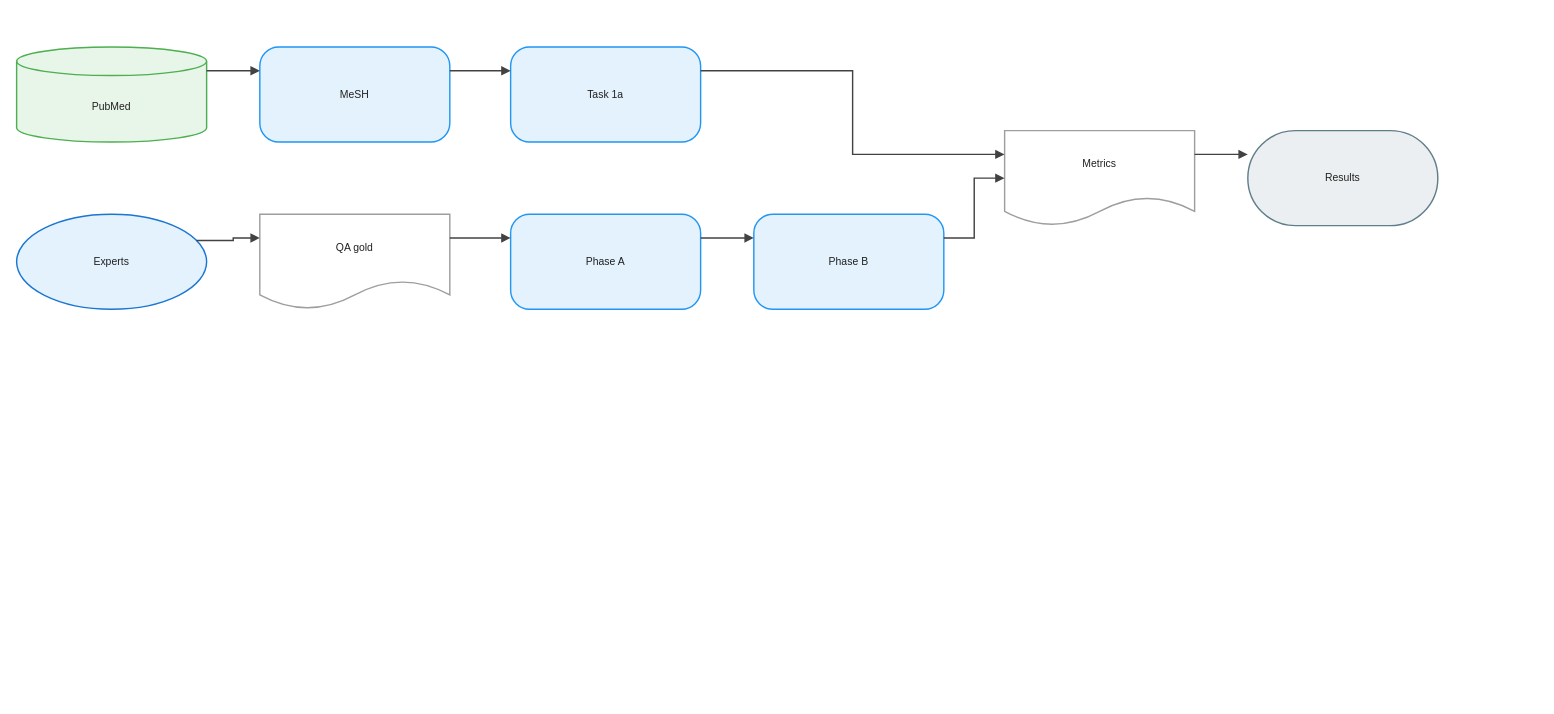
This is client/public/drawio/BioASQ/BioASQ.en.drawio from joe1chief/benchmark-hub, a draw.io file, before an edit. Source tidied: cells renumbered, new cells numbered last; positions are measured from the earlier drawing's top-left corner, leaving out a move shared by most shapes. Both pictures are drawn from the tidied source at 95%, with x=0, y=0 at pixel (16, 47).
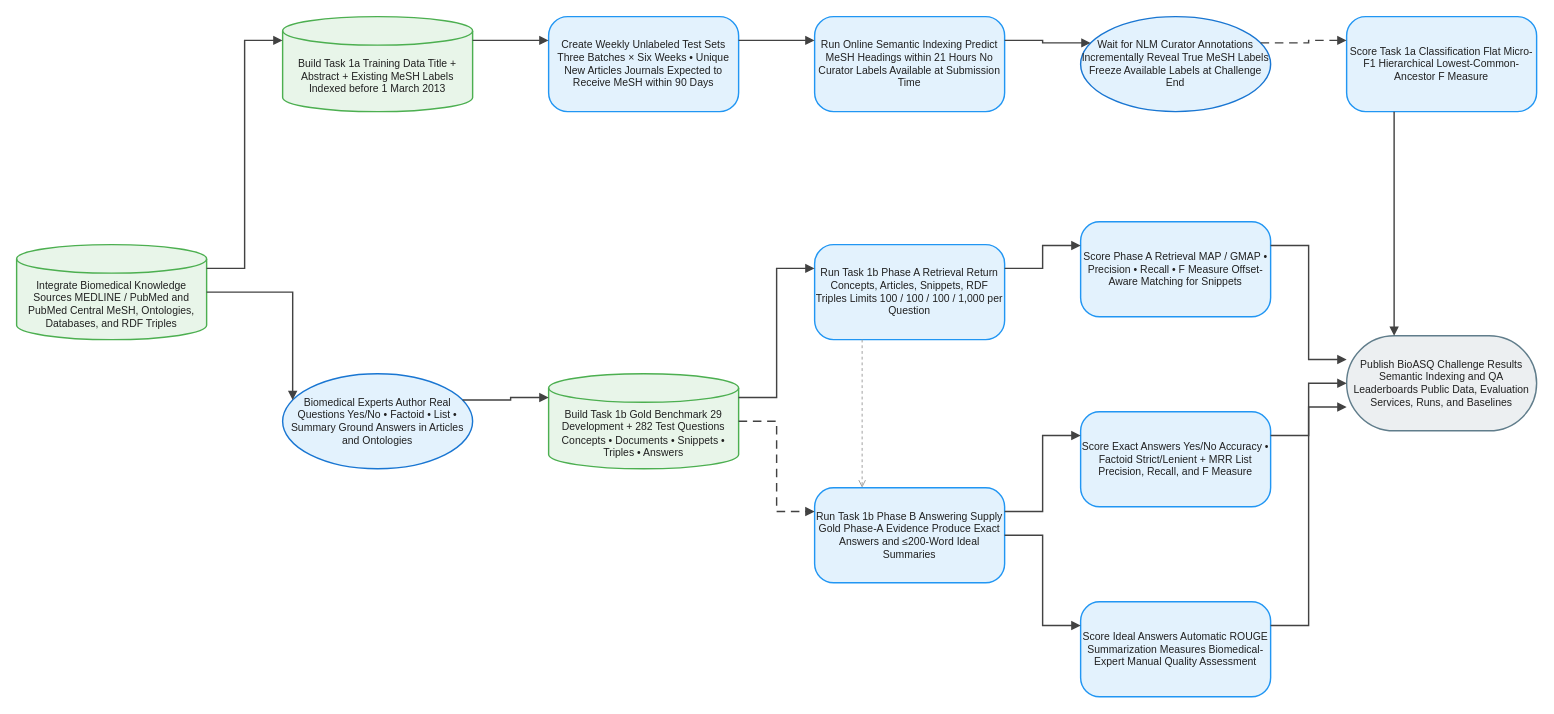
Above is the later version.

The edit, as a diff of the source:
```diff
@@
-    <mxCell id="2" value="PubMed" style="shape=cylinder3;boundedLbl=1;backgroundOutline=1;size=15;html=1;whiteSpace=wrap;fillColor=#E8F5E9;strokeColor=#4CAF50;strokeWidth=1.5;fontColor=#212121;fontSize=11;fontFamily=Arial, Helvetica, sans-serif;verticalAlign=middle;align=center;" parent="1" vertex="1">
-      <mxGeometry width="200" height="100" as="geometry" />
+    <mxCell id="2" value="Integrate Biomedical Knowledge Sources MEDLINE / PubMed and PubMed Central MeSH, Ontologies, Databases, and RDF Triples" style="shape=cylinder3;boundedLbl=1;backgroundOutline=1;size=15;html=1;whiteSpace=wrap;fillColor=#E8F5E9;strokeColor=#4CAF50;strokeWidth=1.5;fontColor=#212121;fontSize=11;fontFamily=Arial, Helvetica, sans-serif;verticalAlign=middle;align=center;" parent="1" vertex="1">
+      <mxGeometry y="208" width="200" height="100" as="geometry" />
     </mxCell>
-    <mxCell id="3" value="MeSH" style="rounded=1;arcSize=20;html=1;whiteSpace=wrap;fillColor=#E3F2FD;strokeColor=#2196F3;strokeWidth=1.5;fontColor=#212121;fontSize=11;fontFamily=Arial, Helvetica, sans-serif;verticalAlign=middle;align=center;" parent="1" vertex="1">
-      <mxGeometry x="256" width="200" height="100" as="geometry" />
+    <mxCell id="3" value="Build Task 1a Training Data Title + Abstract + Existing MeSH Labels Indexed before 1 March 2013" style="shape=cylinder3;boundedLbl=1;backgroundOutline=1;size=15;html=1;whiteSpace=wrap;fillColor=#E8F5E9;strokeColor=#4CAF50;strokeWidth=1.5;fontColor=#212121;fontSize=11;fontFamily=Arial, Helvetica, sans-serif;verticalAlign=middle;align=center;" parent="1" vertex="1">
+      <mxGeometry x="280" y="-32" width="200" height="100" as="geometry" />
     </mxCell>
-    <mxCell id="4" value="Task 1a" style="rounded=1;arcSize=20;html=1;whiteSpace=wrap;fillColor=#E3F2FD;strokeColor=#2196F3;strokeWidth=1.5;fontColor=#212121;fontSize=11;fontFamily=Arial, Helvetica, sans-serif;verticalAlign=middle;align=center;" parent="1" vertex="1">
-      <mxGeometry x="520" width="200" height="100" as="geometry" />
+    <mxCell id="4" value="Create Weekly Unlabeled Test Sets Three Batches × Six Weeks • Unique New Articles Journals Expected to Receive MeSH within 90 Days" style="rounded=1;arcSize=20;html=1;whiteSpace=wrap;fillColor=#E3F2FD;strokeColor=#2196F3;strokeWidth=1.5;fontColor=#212121;fontSize=11;fontFamily=Arial, Helvetica, sans-serif;verticalAlign=middle;align=center;" parent="1" vertex="1">
+      <mxGeometry x="560" y="-32" width="200" height="100" as="geometry" />
     </mxCell>
-    <mxCell id="5" value="Experts" style="ellipse;html=1;whiteSpace=wrap;fillColor=#E3F2FD;strokeColor=#1976D2;strokeWidth=1.5;fontColor=#212121;fontSize=11;fontFamily=Arial, Helvetica, sans-serif;verticalAlign=middle;align=center;" parent="1" vertex="1">
-      <mxGeometry y="176" width="200" height="100" as="geometry" />
+    <mxCell id="5" value="Run Online Semantic Indexing Predict MeSH Headings within 21 Hours No Curator Labels Available at Submission Time" style="rounded=1;arcSize=20;html=1;whiteSpace=wrap;fillColor=#E3F2FD;strokeColor=#2196F3;strokeWidth=1.5;fontColor=#212121;fontSize=11;fontFamily=Arial, Helvetica, sans-serif;verticalAlign=middle;align=center;" parent="1" vertex="1">
+      <mxGeometry x="840" y="-32" width="200" height="100" as="geometry" />
     </mxCell>
-    <mxCell id="6" value="QA gold" style="shape=document;boundedLbl=1;html=1;whiteSpace=wrap;fillColor=#FFFFFF;strokeColor=#9E9E9E;strokeWidth=1.5;fontColor=#212121;fontSize=11;fontFamily=Arial, Helvetica, sans-serif;verticalAlign=middle;align=center;" parent="1" vertex="1">
-      <mxGeometry x="256" y="176" width="200" height="100" as="geometry" />
+    <mxCell id="6" value="Wait for NLM Curator Annotations Incrementally Reveal True MeSH Labels Freeze Available Labels at Challenge End" style="ellipse;html=1;whiteSpace=wrap;fillColor=#E3F2FD;strokeColor=#1976D2;strokeWidth=1.5;fontColor=#212121;fontSize=11;fontFamily=Arial, Helvetica, sans-serif;verticalAlign=middle;align=center;" parent="1" vertex="1">
+      <mxGeometry x="1120" y="-32" width="200" height="100" as="geometry" />
     </mxCell>
-    <mxCell id="7" value="Phase A" style="rounded=1;arcSize=20;html=1;whiteSpace=wrap;fillColor=#E3F2FD;strokeColor=#2196F3;strokeWidth=1.5;fontColor=#212121;fontSize=11;fontFamily=Arial, Helvetica, sans-serif;verticalAlign=middle;align=center;" parent="1" vertex="1">
-      <mxGeometry x="520" y="176" width="200" height="100" as="geometry" />
+    <mxCell id="7" value="Score Task 1a Classification Flat Micro-F1 Hierarchical Lowest-Common-Ancestor F Measure" style="rounded=1;arcSize=20;html=1;whiteSpace=wrap;fillColor=#E3F2FD;strokeColor=#2196F3;strokeWidth=1.5;fontColor=#212121;fontSize=11;fontFamily=Arial, Helvetica, sans-serif;verticalAlign=middle;align=center;" parent="1" vertex="1">
+      <mxGeometry x="1400" y="-32" width="200" height="100" as="geometry" />
     </mxCell>
-    <mxCell id="8" value="Phase B" style="rounded=1;arcSize=20;html=1;whiteSpace=wrap;fillColor=#E3F2FD;strokeColor=#2196F3;strokeWidth=1.5;fontColor=#212121;fontSize=11;fontFamily=Arial, Helvetica, sans-serif;verticalAlign=middle;align=center;" parent="1" vertex="1">
-      <mxGeometry x="776" y="176" width="200" height="100" as="geometry" />
+    <mxCell id="8" value="Biomedical Experts Author Real Questions Yes/No • Factoid • List • Summary Ground Answers in Articles and Ontologies" style="ellipse;html=1;whiteSpace=wrap;fillColor=#E3F2FD;strokeColor=#1976D2;strokeWidth=1.5;fontColor=#212121;fontSize=11;fontFamily=Arial, Helvetica, sans-serif;verticalAlign=middle;align=center;" parent="1" vertex="1">
+      <mxGeometry x="280" y="344" width="200" height="100" as="geometry" />
     </mxCell>
-    <mxCell id="9" value="Metrics" style="shape=document;boundedLbl=1;html=1;whiteSpace=wrap;fillColor=#FFFFFF;strokeColor=#9E9E9E;strokeWidth=1.5;fontColor=#212121;fontSize=11;fontFamily=Arial, Helvetica, sans-serif;verticalAlign=middle;align=center;" parent="1" vertex="1">
-      <mxGeometry x="1040" y="88" width="200" height="100" as="geometry" />
+    <mxCell id="9" value="Build Task 1b Gold Benchmark 29 Development + 282 Test Questions Concepts • Documents • Snippets • Triples • Answers" style="shape=cylinder3;boundedLbl=1;backgroundOutline=1;size=15;html=1;whiteSpace=wrap;fillColor=#E8F5E9;strokeColor=#4CAF50;strokeWidth=1.5;fontColor=#212121;fontSize=11;fontFamily=Arial, Helvetica, sans-serif;verticalAlign=middle;align=center;" parent="1" vertex="1">
+      <mxGeometry x="560" y="344" width="200" height="100" as="geometry" />
     </mxCell>
-    <mxCell id="10" value="Results" style="rounded=1;arcSize=50;html=1;whiteSpace=wrap;fillColor=#ECEFF1;strokeColor=#607D8B;strokeWidth=1.5;fontColor=#212121;fontSize=11;fontFamily=Arial, Helvetica, sans-serif;verticalAlign=middle;align=center;" parent="1" vertex="1">
-      <mxGeometry x="1296" y="88" width="200" height="100" as="geometry" />
+    <mxCell id="10" value="Run Task 1b Phase A Retrieval Return Concepts, Articles, Snippets, RDF Triples Limits 100 / 100 / 100 / 1,000 per Question" style="rounded=1;arcSize=20;html=1;whiteSpace=wrap;fillColor=#E3F2FD;strokeColor=#2196F3;strokeWidth=1.5;fontColor=#212121;fontSize=11;fontFamily=Arial, Helvetica, sans-serif;verticalAlign=middle;align=center;" parent="1" vertex="1">
+      <mxGeometry x="840" y="208" width="200" height="100" as="geometry" />
     </mxCell>
-    <mxCell id="11" style="edgeStyle=orthogonalEdgeStyle;rounded=0;jettySize=auto;html=1;strokeColor=#424242;strokeWidth=1.5;endArrow=block;endFill=1;exitX=1;exitY=0.25;exitDx=0;exitDy=0;entryX=0;entryY=0.25;entryDx=0;entryDy=0;jumpStyle=arc;jumpSize=8;" parent="1" edge="1" source="2" target="3">
-      <mxGeometry relative="1" as="geometry" />
+    <mxCell id="11" value="Score Phase A Retrieval MAP / GMAP • Precision • Recall • F Measure Offset-Aware Matching for Snippets" style="rounded=1;arcSize=20;html=1;whiteSpace=wrap;fillColor=#E3F2FD;strokeColor=#2196F3;strokeWidth=1.5;fontColor=#212121;fontSize=11;fontFamily=Arial, Helvetica, sans-serif;verticalAlign=middle;align=center;" parent="1" vertex="1">
+      <mxGeometry x="1120" y="184" width="200" height="100" as="geometry" />
     </mxCell>
-    <mxCell id="12" style="edgeStyle=orthogonalEdgeStyle;rounded=0;jettySize=auto;html=1;strokeColor=#424242;strokeWidth=1.5;endArrow=block;endFill=1;exitX=1;exitY=0.25;exitDx=0;exitDy=0;entryX=0;entryY=0.25;entryDx=0;entryDy=0;jumpStyle=arc;jumpSize=8;" parent="1" edge="1" source="3" target="4">
-      <mxGeometry relative="1" as="geometry" />
+    <mxCell id="12" value="Run Task 1b Phase B Answering Supply Gold Phase-A Evidence Produce Exact Answers and ≤200-Word Ideal Summaries" style="rounded=1;arcSize=20;html=1;whiteSpace=wrap;fillColor=#E3F2FD;strokeColor=#2196F3;strokeWidth=1.5;fontColor=#212121;fontSize=11;fontFamily=Arial, Helvetica, sans-serif;verticalAlign=middle;align=center;" parent="1" vertex="1">
+      <mxGeometry x="840" y="464" width="200" height="100" as="geometry" />
     </mxCell>
-    <mxCell id="13" style="edgeStyle=orthogonalEdgeStyle;rounded=0;jettySize=auto;html=1;strokeColor=#424242;strokeWidth=1.5;endArrow=block;endFill=1;exitX=1;exitY=0.25;exitDx=0;exitDy=0;entryX=0;entryY=0.25;entryDx=0;entryDy=0;jumpStyle=arc;jumpSize=8;" parent="1" edge="1" source="4" target="9">
-      <mxGeometry relative="1" as="geometry" />
+    <mxCell id="13" value="Score Exact Answers Yes/No Accuracy • Factoid Strict/Lenient + MRR List Precision, Recall, and F Measure" style="rounded=1;arcSize=20;html=1;whiteSpace=wrap;fillColor=#E3F2FD;strokeColor=#2196F3;strokeWidth=1.5;fontColor=#212121;fontSize=11;fontFamily=Arial, Helvetica, sans-serif;verticalAlign=middle;align=center;" parent="1" vertex="1">
+      <mxGeometry x="1120" y="384" width="200" height="100" as="geometry" />
     </mxCell>
-    <mxCell id="14" style="edgeStyle=orthogonalEdgeStyle;rounded=0;jettySize=auto;html=1;strokeColor=#424242;strokeWidth=1.5;endArrow=block;endFill=1;exitX=1;exitY=0.25;exitDx=0;exitDy=0;entryX=0;entryY=0.25;entryDx=0;entryDy=0;jumpStyle=arc;jumpSize=8;" parent="1" edge="1" source="5" target="6">
-      <mxGeometry relative="1" as="geometry" />
+    <mxCell id="14" value="Score Ideal Answers Automatic ROUGE Summarization Measures Biomedical-Expert Manual Quality Assessment" style="rounded=1;arcSize=20;html=1;whiteSpace=wrap;fillColor=#E3F2FD;strokeColor=#2196F3;strokeWidth=1.5;fontColor=#212121;fontSize=11;fontFamily=Arial, Helvetica, sans-serif;verticalAlign=middle;align=center;" parent="1" vertex="1">
+      <mxGeometry x="1120" y="584" width="200" height="100" as="geometry" />
     </mxCell>
-    <mxCell id="15" style="edgeStyle=orthogonalEdgeStyle;rounded=0;jettySize=auto;html=1;strokeColor=#424242;strokeWidth=1.5;endArrow=block;endFill=1;exitX=1;exitY=0.25;exitDx=0;exitDy=0;entryX=0;entryY=0.25;entryDx=0;entryDy=0;jumpStyle=arc;jumpSize=8;" parent="1" edge="1" source="6" target="7">
-      <mxGeometry relative="1" as="geometry" />
+    <mxCell id="15" value="Publish BioASQ Challenge Results Semantic Indexing and QA Leaderboards Public Data, Evaluation Services, Runs, and Baselines" style="rounded=1;arcSize=50;html=1;whiteSpace=wrap;fillColor=#ECEFF1;strokeColor=#607D8B;strokeWidth=1.5;fontColor=#212121;fontSize=11;fontFamily=Arial, Helvetica, sans-serif;verticalAlign=middle;align=center;" parent="1" vertex="1">
+      <mxGeometry x="1400" y="304" width="200" height="100" as="geometry" />
     </mxCell>
-    <mxCell id="16" style="edgeStyle=orthogonalEdgeStyle;rounded=0;jettySize=auto;html=1;strokeColor=#424242;strokeWidth=1.5;endArrow=block;endFill=1;exitX=1;exitY=0.25;exitDx=0;exitDy=0;entryX=0;entryY=0.25;entryDx=0;entryDy=0;jumpStyle=arc;jumpSize=8;" parent="1" edge="1" source="7" target="8">
+    <mxCell id="16" style="edgeStyle=orthogonalEdgeStyle;rounded=0;jettySize=auto;html=1;strokeColor=#424242;strokeWidth=1.5;endArrow=block;endFill=1;exitX=1;exitY=0.25;exitDx=0;exitDy=0;entryX=0;entryY=0.25;entryDx=0;entryDy=0;jumpStyle=arc;jumpSize=8;" parent="1" edge="1" source="2" target="3">
       <mxGeometry relative="1" as="geometry" />
     </mxCell>
-    <mxCell id="17" style="edgeStyle=orthogonalEdgeStyle;rounded=0;jettySize=auto;html=1;strokeColor=#424242;strokeWidth=1.5;endArrow=block;endFill=1;exitX=1;exitY=0.25;exitDx=0;exitDy=0;entryX=0;entryY=0.5;entryDx=0;entryDy=0;jumpStyle=arc;jumpSize=8;" parent="1" edge="1" source="8" target="9">
+    <mxCell id="17" style="edgeStyle=orthogonalEdgeStyle;rounded=0;jettySize=auto;html=1;strokeColor=#424242;strokeWidth=1.5;endArrow=block;endFill=1;exitX=1;exitY=0.25;exitDx=0;exitDy=0;entryX=0;entryY=0.25;entryDx=0;entryDy=0;jumpStyle=arc;jumpSize=8;" parent="1" edge="1" source="3" target="4">
       <mxGeometry relative="1" as="geometry" />
     </mxCell>
-    <mxCell id="18" style="edgeStyle=orthogonalEdgeStyle;rounded=0;jettySize=auto;html=1;strokeColor=#424242;strokeWidth=1.5;endArrow=block;endFill=1;exitX=1;exitY=0.25;exitDx=0;exitDy=0;entryX=0;entryY=0.25;entryDx=0;entryDy=0;jumpStyle=arc;jumpSize=8;" parent="1" edge="1" source="9" target="10">
+    <mxCell id="18" style="edgeStyle=orthogonalEdgeStyle;rounded=0;jettySize=auto;html=1;strokeColor=#424242;strokeWidth=1.5;endArrow=block;endFill=1;exitX=1;exitY=0.25;exitDx=0;exitDy=0;entryX=0;entryY=0.25;entryDx=0;entryDy=0;jumpStyle=arc;jumpSize=8;" parent="1" edge="1" source="4" target="5">
       <mxGeometry relative="1" as="geometry" />
     </mxCell>
+    <mxCell id="19" style="edgeStyle=orthogonalEdgeStyle;rounded=0;jettySize=auto;html=1;strokeColor=#424242;strokeWidth=1.5;endArrow=block;endFill=1;exitX=1;exitY=0.25;exitDx=0;exitDy=0;entryX=0;entryY=0.25;entryDx=0;entryDy=0;jumpStyle=arc;jumpSize=8;" parent="1" edge="1" source="5" target="6">
+      <mxGeometry relative="1" as="geometry" />
+    </mxCell>
+    <mxCell id="20" style="edgeStyle=orthogonalEdgeStyle;rounded=0;jettySize=auto;html=1;strokeColor=#424242;strokeWidth=1.5;endArrow=block;endFill=1;exitX=1;exitY=0.25;exitDx=0;exitDy=0;entryX=0;entryY=0.25;entryDx=0;entryDy=0;dashed=1;dashPattern=6 4;jumpStyle=arc;jumpSize=8;" parent="1" edge="1" source="6" target="7">
+      <mxGeometry relative="1" as="geometry" />
+    </mxCell>
+    <mxCell id="21" style="edgeStyle=orthogonalEdgeStyle;rounded=0;jettySize=auto;html=1;strokeColor=#424242;strokeWidth=1.5;endArrow=block;endFill=1;exitX=0.25;exitY=1;exitDx=0;exitDy=0;entryX=0.25;entryY=0;entryDx=0;entryDy=0;jumpStyle=arc;jumpSize=8;" parent="1" edge="1" source="7" target="15">
+      <mxGeometry relative="1" as="geometry" />
+    </mxCell>
+    <mxCell id="22" style="edgeStyle=orthogonalEdgeStyle;rounded=0;jettySize=auto;html=1;strokeColor=#424242;strokeWidth=1.5;endArrow=block;endFill=1;exitX=1;exitY=0.5;exitDx=0;exitDy=0;entryX=0;entryY=0.25;entryDx=0;entryDy=0;jumpStyle=arc;jumpSize=8;" parent="1" edge="1" source="2" target="8">
+      <mxGeometry relative="1" as="geometry" />
+    </mxCell>
+    <mxCell id="23" style="edgeStyle=orthogonalEdgeStyle;rounded=0;jettySize=auto;html=1;strokeColor=#424242;strokeWidth=1.5;endArrow=block;endFill=1;exitX=1;exitY=0.25;exitDx=0;exitDy=0;entryX=0;entryY=0.25;entryDx=0;entryDy=0;jumpStyle=arc;jumpSize=8;" parent="1" edge="1" source="8" target="9">
+      <mxGeometry relative="1" as="geometry" />
+    </mxCell>
+    <mxCell id="24" style="edgeStyle=orthogonalEdgeStyle;rounded=0;jettySize=auto;html=1;strokeColor=#424242;strokeWidth=1.5;endArrow=block;endFill=1;exitX=1;exitY=0.25;exitDx=0;exitDy=0;entryX=0;entryY=0.25;entryDx=0;entryDy=0;jumpStyle=arc;jumpSize=8;" parent="1" edge="1" source="9" target="10">
+      <mxGeometry relative="1" as="geometry" />
+    </mxCell>
+    <mxCell id="25" style="edgeStyle=orthogonalEdgeStyle;rounded=0;jettySize=auto;html=1;strokeColor=#424242;strokeWidth=1.5;endArrow=block;endFill=1;exitX=1;exitY=0.25;exitDx=0;exitDy=0;entryX=0;entryY=0.25;entryDx=0;entryDy=0;jumpStyle=arc;jumpSize=8;" parent="1" edge="1" source="10" target="11">
+      <mxGeometry relative="1" as="geometry" />
+    </mxCell>
+    <mxCell id="26" style="edgeStyle=orthogonalEdgeStyle;rounded=0;jettySize=auto;html=1;strokeColor=#424242;strokeWidth=1.5;endArrow=block;endFill=1;exitX=1;exitY=0.25;exitDx=0;exitDy=0;entryX=0;entryY=0.25;entryDx=0;entryDy=0;jumpStyle=arc;jumpSize=8;" parent="1" edge="1" source="11" target="15">
+      <mxGeometry relative="1" as="geometry" />
+    </mxCell>
+    <mxCell id="27" style="edgeStyle=orthogonalEdgeStyle;rounded=0;jettySize=auto;html=1;strokeColor=#9E9E9E;strokeWidth=1;endArrow=open;endFill=0;exitX=0.25;exitY=1;exitDx=0;exitDy=0;entryX=0.25;entryY=0;entryDx=0;entryDy=0;dashed=1;dashPattern=3 3;jumpStyle=arc;jumpSize=8;" parent="1" edge="1" source="10" target="12">
+      <mxGeometry relative="1" as="geometry" />
+    </mxCell>
+    <mxCell id="28" style="edgeStyle=orthogonalEdgeStyle;rounded=0;jettySize=auto;html=1;strokeColor=#424242;strokeWidth=1.5;endArrow=block;endFill=1;exitX=1;exitY=0.5;exitDx=0;exitDy=0;entryX=0;entryY=0.25;entryDx=0;entryDy=0;dashed=1;dashPattern=6 4;jumpStyle=arc;jumpSize=8;" parent="1" edge="1" source="9" target="12">
+      <mxGeometry relative="1" as="geometry" />
+    </mxCell>
+    <mxCell id="29" style="edgeStyle=orthogonalEdgeStyle;rounded=0;jettySize=auto;html=1;strokeColor=#424242;strokeWidth=1.5;endArrow=block;endFill=1;exitX=1;exitY=0.25;exitDx=0;exitDy=0;entryX=0;entryY=0.25;entryDx=0;entryDy=0;jumpStyle=arc;jumpSize=8;" parent="1" edge="1" source="12" target="13">
+      <mxGeometry relative="1" as="geometry" />
+    </mxCell>
+    <mxCell id="30" style="edgeStyle=orthogonalEdgeStyle;rounded=0;jettySize=auto;html=1;strokeColor=#424242;strokeWidth=1.5;endArrow=block;endFill=1;exitX=1;exitY=0.5;exitDx=0;exitDy=0;entryX=0;entryY=0.25;entryDx=0;entryDy=0;jumpStyle=arc;jumpSize=8;" parent="1" edge="1" source="12" target="14">
+      <mxGeometry relative="1" as="geometry" />
+    </mxCell>
+    <mxCell id="31" style="edgeStyle=orthogonalEdgeStyle;rounded=0;jettySize=auto;html=1;strokeColor=#424242;strokeWidth=1.5;endArrow=block;endFill=1;exitX=1;exitY=0.25;exitDx=0;exitDy=0;entryX=0;entryY=0.5;entryDx=0;entryDy=0;jumpStyle=arc;jumpSize=8;" parent="1" edge="1" source="13" target="15">
+      <mxGeometry relative="1" as="geometry" />
+    </mxCell>
+    <mxCell id="32" style="edgeStyle=orthogonalEdgeStyle;rounded=0;jettySize=auto;html=1;strokeColor=#424242;strokeWidth=1.5;endArrow=block;endFill=1;exitX=1;exitY=0.25;exitDx=0;exitDy=0;entryX=0;entryY=0.75;entryDx=0;entryDy=0;jumpStyle=arc;jumpSize=8;" parent="1" edge="1" source="14" target="15">
+      <mxGeometry relative="1" as="geometry" />
+    </mxCell>
```
